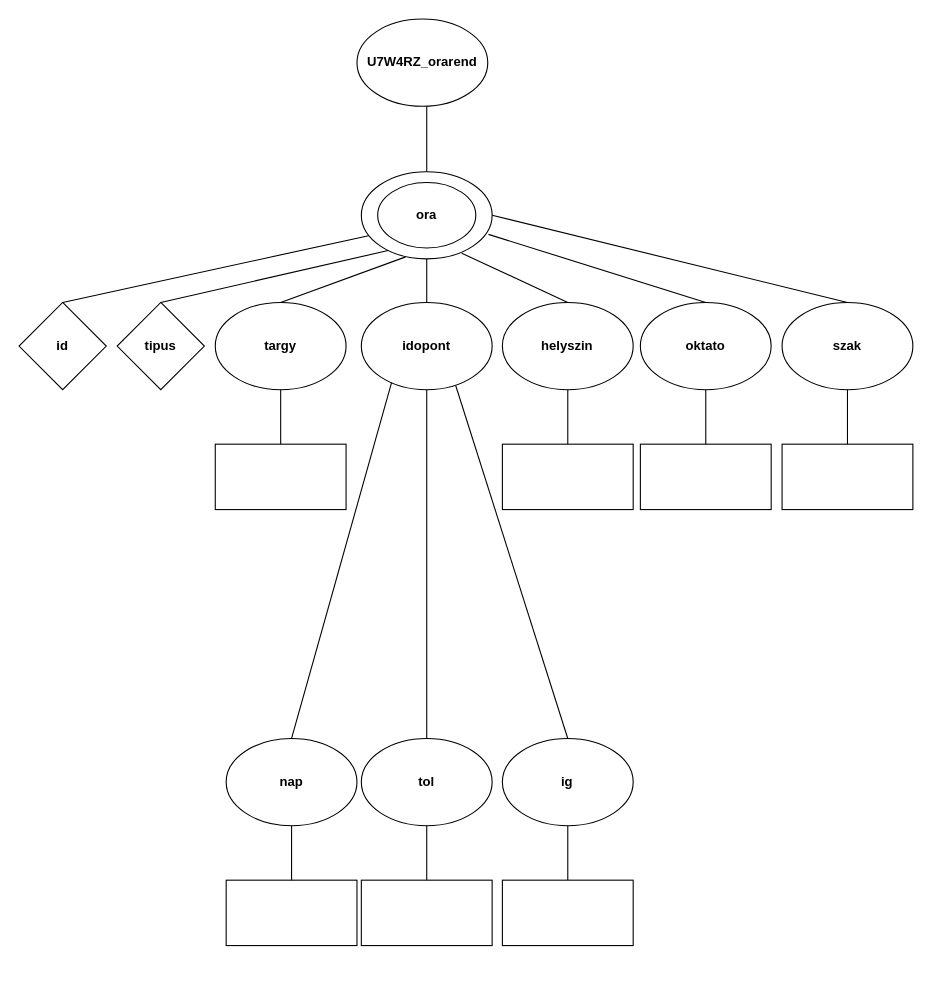
Valkenzo/U7W4RZWebXML keeps this draw.io diagram as U7W4RZ_0917/U7W4RZ.orarendXDM.drawio. Above is the earlier version. Source tidied: cells renumbered, new cells numbered last; positions are measured from the earlier drawing's top-left corner, leaving out a move shared by most shapes. Both pictures are drawn from the tidied source at 109%, with x=0, y=0 at pixel (19, 19).
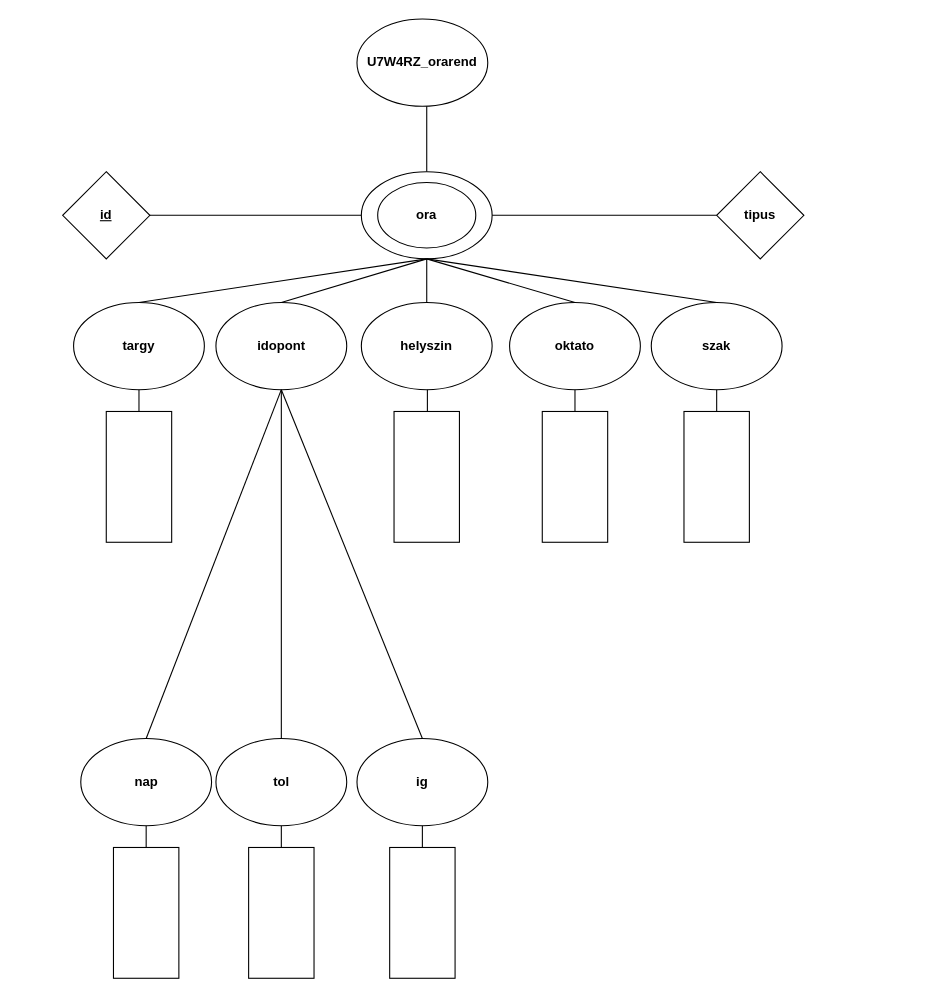
The same diagram, later.

Unchanged cells that the change refers to:
```xml
<mxCell id="4" value="&lt;b&gt;ora&lt;/b&gt;" style="ellipse;whiteSpace=wrap;html=1;" parent="1" vertex="1">
  <mxGeometry x="314" y="140" width="120" height="80" as="geometry" />
</mxCell>
```

What changed in the source:
```diff
@@
-    <mxCell id="5" style="endArrow=none;html=1;rounded=0;entryX=0.5;entryY=0;entryDx=0;entryDy=0;exitX=0.055;exitY=0.734;exitDx=0;exitDy=0;exitPerimeter=0;" parent="1" edge="1" source="4" target="6">
+    <mxCell id="5" style="endArrow=none;html=1;rounded=0;exitX=0;exitY=0.5;exitDx=0;exitDy=0;entryX=1;entryY=0.5;entryDx=0;entryDy=0;" parent="1" edge="1" source="4" target="6">
       <mxGeometry relative="1" as="geometry" />
     </mxCell>
-    <mxCell id="6" value="&lt;b&gt;id&lt;/b&gt;" style="rhombus;whiteSpace=wrap;html=1;" parent="1" vertex="1">
-      <mxGeometry y="260" width="80" height="80" as="geometry" />
+    <mxCell id="6" value="&lt;b&gt;&lt;u&gt;id&lt;/u&gt;&lt;/b&gt;" style="rhombus;whiteSpace=wrap;html=1;" parent="1" vertex="1">
+      <mxGeometry x="40" y="140" width="80" height="80" as="geometry" />
     </mxCell>
-    <mxCell id="7" style="endArrow=none;html=1;rounded=0;entryX=0.5;entryY=0;entryDx=0;entryDy=0;exitX=0.205;exitY=0.904;exitDx=0;exitDy=0;exitPerimeter=0;" parent="1" edge="1" source="4" target="8">
-      <mxGeometry relative="1" as="geometry" />
-    </mxCell>
     <mxCell id="8" value="&lt;b&gt;tipus&lt;/b&gt;" style="rhombus;whiteSpace=wrap;html=1;" parent="1" vertex="1">
-      <mxGeometry x="90" y="260" width="80" height="80" as="geometry" />
+      <mxGeometry x="640" y="140" width="80" height="80" as="geometry" />
     </mxCell>
     <mxCell id="9" value="&lt;b&gt;idopont&lt;/b&gt;" style="ellipse;whiteSpace=wrap;html=1;" parent="1" vertex="1">
-      <mxGeometry x="314" y="260" width="120" height="80" as="geometry" />
+      <mxGeometry x="180.6" y="260" width="120" height="80" as="geometry" />
     </mxCell>
@@
     <mxCell id="11" value="&lt;b&gt;targy&lt;/b&gt;" style="ellipse;whiteSpace=wrap;html=1;" parent="1" vertex="1">
-      <mxGeometry x="180" y="260" width="120" height="80" as="geometry" />
+      <mxGeometry x="50" y="260" width="120" height="80" as="geometry" />
     </mxCell>
-    <mxCell id="12" style="endArrow=none;html=1;rounded=0;exitX=0.5;exitY=0;exitDx=0;exitDy=0;entryX=0.339;entryY=0.977;entryDx=0;entryDy=0;entryPerimeter=0;" parent="1" edge="1" source="11" target="4">
+    <mxCell id="12" style="endArrow=none;html=1;rounded=0;exitX=0.5;exitY=0;exitDx=0;exitDy=0;entryX=0.5;entryY=1;entryDx=0;entryDy=0;" parent="1" edge="1" source="11" target="4">
       <mxGeometry relative="1" as="geometry" />
     </mxCell>
     <mxCell id="13" value="&lt;b&gt;helyszin&lt;/b&gt;" style="ellipse;whiteSpace=wrap;html=1;" parent="1" vertex="1">
-      <mxGeometry x="443.4" y="260" width="120" height="80" as="geometry" />
+      <mxGeometry x="314" y="260" width="120" height="80" as="geometry" />
     </mxCell>
-    <mxCell id="14" style="endArrow=none;html=1;rounded=0;exitX=0.5;exitY=0;exitDx=0;exitDy=0;entryX=0.767;entryY=0.935;entryDx=0;entryDy=0;entryPerimeter=0;" parent="1" edge="1" source="13" target="4">
+    <mxCell id="14" style="endArrow=none;html=1;rounded=0;exitX=0.5;exitY=0;exitDx=0;exitDy=0;entryX=0.5;entryY=1;entryDx=0;entryDy=0;" parent="1" edge="1" source="13" target="4">
       <mxGeometry relative="1" as="geometry" />
     </mxCell>
     <mxCell id="15" value="&lt;b&gt;oktato&lt;/b&gt;" style="ellipse;whiteSpace=wrap;html=1;" parent="1" vertex="1">
-      <mxGeometry x="570" y="260" width="120" height="80" as="geometry" />
+      <mxGeometry x="450" y="260" width="120" height="80" as="geometry" />
     </mxCell>
-    <mxCell id="16" style="endArrow=none;html=1;rounded=0;exitX=0.5;exitY=0;exitDx=0;exitDy=0;entryX=0.972;entryY=0.719;entryDx=0;entryDy=0;entryPerimeter=0;" parent="1" edge="1" source="15" target="4">
+    <mxCell id="16" style="endArrow=none;html=1;rounded=0;exitX=0.5;exitY=0;exitDx=0;exitDy=0;entryX=0.5;entryY=1;entryDx=0;entryDy=0;" parent="1" edge="1" source="15" target="4">
       <mxGeometry relative="1" as="geometry" />
     </mxCell>
     <mxCell id="17" value="&lt;b&gt;szak&lt;/b&gt;" style="ellipse;whiteSpace=wrap;html=1;" parent="1" vertex="1">
-      <mxGeometry x="700" y="260" width="120" height="80" as="geometry" />
+      <mxGeometry x="580" y="260" width="120" height="80" as="geometry" />
     </mxCell>
-    <mxCell id="18" style="endArrow=none;html=1;rounded=0;exitX=0.5;exitY=0;exitDx=0;exitDy=0;entryX=1;entryY=0.5;entryDx=0;entryDy=0;" parent="1" edge="1" source="17" target="4">
+    <mxCell id="18" style="endArrow=none;html=1;rounded=0;exitX=0.5;exitY=0;exitDx=0;exitDy=0;entryX=0.5;entryY=1;entryDx=0;entryDy=0;" parent="1" edge="1" source="17" target="4">
       <mxGeometry relative="1" as="geometry" />
     </mxCell>
     <mxCell id="19" value="&lt;b&gt;nap&lt;/b&gt;" style="ellipse;whiteSpace=wrap;html=1;" parent="1" vertex="1">
-      <mxGeometry x="190" y="660" width="120" height="80" as="geometry" />
+      <mxGeometry x="56.6" y="660" width="120" height="80" as="geometry" />
     </mxCell>
-    <mxCell id="20" style="endArrow=none;html=1;rounded=0;exitX=0.5;exitY=0;exitDx=0;exitDy=0;entryX=0.231;entryY=0.92;entryDx=0;entryDy=0;entryPerimeter=0;" parent="1" edge="1" source="19" target="9">
+    <mxCell id="20" style="endArrow=none;html=1;rounded=0;exitX=0.5;exitY=0;exitDx=0;exitDy=0;entryX=0.5;entryY=1;entryDx=0;entryDy=0;" parent="1" edge="1" source="19" target="9">
       <mxGeometry relative="1" as="geometry" />
     </mxCell>
     <mxCell id="21" value="&lt;b&gt;tol&lt;/b&gt;" style="ellipse;whiteSpace=wrap;html=1;" parent="1" vertex="1">
-      <mxGeometry x="314" y="660" width="120" height="80" as="geometry" />
+      <mxGeometry x="180.6" y="660" width="120" height="80" as="geometry" />
     </mxCell>
@@
     <mxCell id="23" value="&lt;b&gt;ig&lt;/b&gt;" style="ellipse;whiteSpace=wrap;html=1;" parent="1" vertex="1">
-      <mxGeometry x="443.4" y="660" width="120" height="80" as="geometry" />
+      <mxGeometry x="310" y="660" width="120" height="80" as="geometry" />
     </mxCell>
-    <mxCell id="24" style="endArrow=none;html=1;rounded=0;exitX=0.5;exitY=0;exitDx=0;exitDy=0;entryX=0.722;entryY=0.955;entryDx=0;entryDy=0;entryPerimeter=0;" parent="1" edge="1" source="23" target="9">
+    <mxCell id="24" style="endArrow=none;html=1;rounded=0;exitX=0.5;exitY=0;exitDx=0;exitDy=0;entryX=0.5;entryY=1;entryDx=0;entryDy=0;" parent="1" edge="1" source="23" target="9">
       <mxGeometry relative="1" as="geometry" />
     </mxCell>
     <mxCell id="25" style="endArrow=none;html=1;rounded=0;" parent="1" edge="1">
       <mxGeometry relative="1" as="geometry">
-        <mxPoint x="240" y="400" as="sourcePoint" />
-        <mxPoint x="240" y="340" as="targetPoint" />
+        <mxPoint x="110" y="400" as="sourcePoint" />
+        <mxPoint x="110" y="340" as="targetPoint" />
       </mxGeometry>
     </mxCell>
-    <mxCell id="26" style="rounded=0;whiteSpace=wrap;html=1;" parent="1" vertex="1">
-      <mxGeometry x="180" y="390" width="120" height="60" as="geometry" />
+    <mxCell id="26" style="rounded=0;whiteSpace=wrap;html=1;direction=south;" parent="1" vertex="1">
+      <mxGeometry x="80" y="360" width="60" height="120" as="geometry" />
     </mxCell>
     <mxCell id="27" style="endArrow=none;html=1;rounded=0;" parent="1" edge="1">
       <mxGeometry relative="1" as="geometry">
-        <mxPoint x="503.4" y="400" as="sourcePoint" />
-        <mxPoint x="503.4" y="340" as="targetPoint" />
+        <mxPoint x="374.6" y="400" as="sourcePoint" />
+        <mxPoint x="374.6" y="340" as="targetPoint" />
       </mxGeometry>
     </mxCell>
-    <mxCell id="28" style="rounded=0;whiteSpace=wrap;html=1;" parent="1" vertex="1">
-      <mxGeometry x="443.4" y="390" width="120" height="60" as="geometry" />
+    <mxCell id="28" style="rounded=0;whiteSpace=wrap;html=1;direction=south;" parent="1" vertex="1">
+      <mxGeometry x="344" y="360" width="60" height="120" as="geometry" />
     </mxCell>
-    <mxCell id="29" style="endArrow=none;html=1;rounded=0;" parent="1" edge="1">
-      <mxGeometry relative="1" as="geometry">
-        <mxPoint x="630" y="400" as="sourcePoint" />
-        <mxPoint x="630" y="340" as="targetPoint" />
-      </mxGeometry>
+    <mxCell id="29" style="endArrow=none;html=1;rounded=0;entryX=0.5;entryY=1;entryDx=0;entryDy=0;" parent="1" edge="1" source="30" target="15">
+      <mxGeometry relative="1" as="geometry" />
     </mxCell>
-    <mxCell id="30" style="rounded=0;whiteSpace=wrap;html=1;" parent="1" vertex="1">
-      <mxGeometry x="570" y="390" width="120" height="60" as="geometry" />
+    <mxCell id="30" style="rounded=0;whiteSpace=wrap;html=1;direction=south;" parent="1" vertex="1">
+      <mxGeometry x="480" y="360" width="60" height="120" as="geometry" />
     </mxCell>
-    <mxCell id="31" style="endArrow=none;html=1;rounded=0;" parent="1" edge="1">
-      <mxGeometry relative="1" as="geometry">
-        <mxPoint x="760" y="400" as="sourcePoint" />
-        <mxPoint x="760" y="340" as="targetPoint" />
-      </mxGeometry>
+    <mxCell id="31" style="endArrow=none;html=1;rounded=0;entryX=0.5;entryY=1;entryDx=0;entryDy=0;" parent="1" edge="1" source="32" target="17">
+      <mxGeometry relative="1" as="geometry" />
     </mxCell>
-    <mxCell id="32" style="rounded=0;whiteSpace=wrap;html=1;" parent="1" vertex="1">
-      <mxGeometry x="700" y="390" width="120" height="60" as="geometry" />
+    <mxCell id="32" style="rounded=0;whiteSpace=wrap;html=1;direction=south;" parent="1" vertex="1">
+      <mxGeometry x="610" y="360" width="60" height="120" as="geometry" />
     </mxCell>
     <mxCell id="33" style="endArrow=none;html=1;rounded=0;" parent="1" edge="1">
       <mxGeometry relative="1" as="geometry">
-        <mxPoint x="250" y="800" as="sourcePoint" />
-        <mxPoint x="250" y="740" as="targetPoint" />
+        <mxPoint x="116.6" y="800" as="sourcePoint" />
+        <mxPoint x="116.6" y="740" as="targetPoint" />
       </mxGeometry>
     </mxCell>
-    <mxCell id="34" style="rounded=0;whiteSpace=wrap;html=1;" parent="1" vertex="1">
-      <mxGeometry x="190" y="790" width="120" height="60" as="geometry" />
+    <mxCell id="34" style="rounded=0;whiteSpace=wrap;html=1;direction=south;" parent="1" vertex="1">
+      <mxGeometry x="86.6" y="760" width="60" height="120" as="geometry" />
     </mxCell>
     <mxCell id="35" style="endArrow=none;html=1;rounded=0;" parent="1" edge="1">
       <mxGeometry relative="1" as="geometry">
-        <mxPoint x="374" y="800" as="sourcePoint" />
-        <mxPoint x="374" y="740" as="targetPoint" />
+        <mxPoint x="240.6" y="800" as="sourcePoint" />
+        <mxPoint x="240.6" y="740" as="targetPoint" />
       </mxGeometry>
     </mxCell>
-    <mxCell id="36" style="rounded=0;whiteSpace=wrap;html=1;" parent="1" vertex="1">
-      <mxGeometry x="314" y="790" width="120" height="60" as="geometry" />
+    <mxCell id="36" style="rounded=0;whiteSpace=wrap;html=1;direction=south;" parent="1" vertex="1">
+      <mxGeometry x="210.6" y="760" width="60" height="120" as="geometry" />
     </mxCell>
     <mxCell id="37" style="endArrow=none;html=1;rounded=0;" parent="1" edge="1">
       <mxGeometry relative="1" as="geometry">
-        <mxPoint x="503.4" y="800" as="sourcePoint" />
-        <mxPoint x="503.4" y="740" as="targetPoint" />
+        <mxPoint x="370" y="800" as="sourcePoint" />
+        <mxPoint x="370" y="740" as="targetPoint" />
       </mxGeometry>
     </mxCell>
-    <mxCell id="38" style="rounded=0;whiteSpace=wrap;html=1;" parent="1" vertex="1">
-      <mxGeometry x="443.4" y="790" width="120" height="60" as="geometry" />
+    <mxCell id="38" style="rounded=0;whiteSpace=wrap;html=1;direction=south;" parent="1" vertex="1">
+      <mxGeometry x="340" y="760" width="60" height="120" as="geometry" />
     </mxCell>
@@
+    <mxCell id="40" style="endArrow=none;html=1;rounded=0;entryX=1;entryY=0.5;entryDx=0;entryDy=0;exitX=0;exitY=0.5;exitDx=0;exitDy=0;" parent="1" edge="1" source="8" target="4">
+      <mxGeometry relative="1" as="geometry" />
+    </mxCell>
```
